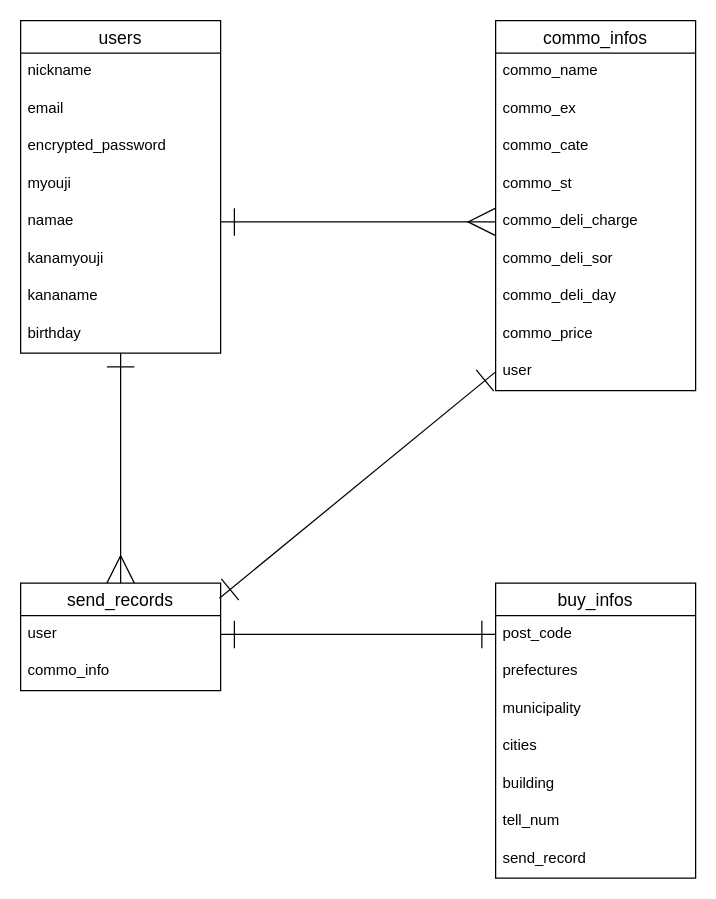
Earlier version of the draw.io diagram test.dio (nagakihidenori/furima-37712). Source tidied: cells renumbered, new cells numbered last; positions are measured from the earlier drawing's top-left corner, leaving out a move shared by most shapes. Both pictures are drawn from the tidied source at 125%, with x=0, y=0 at pixel (20, 20).
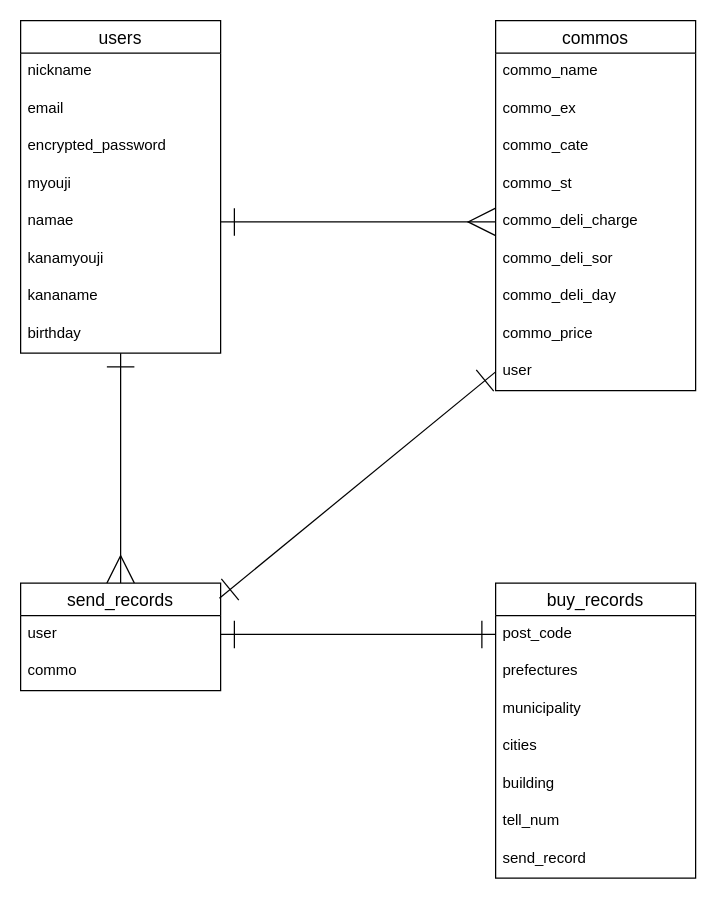
Above is the later version.

Commit message:
DB設計の修正５

Unchanged cells that the change refers to:
```xml
<mxCell id="22" value="send_records" style="swimlane;fontStyle=0;horizontal=1;startSize=26;align=center;fontSize=14;" parent="1" vertex="1">
  <mxGeometry y="450" width="160" height="86" as="geometry" />
</mxCell>
```

What changed in the source:
```diff
@@
-    <mxCell id="12" value="commo_infos" style="swimlane;fontStyle=0;horizontal=1;startSize=26;align=center;fontSize=14;" parent="1" vertex="1">
+    <mxCell id="12" value="commos" style="swimlane;fontStyle=0;horizontal=1;startSize=26;align=center;fontSize=14;" parent="1" vertex="1">
       <mxGeometry x="380" width="160" height="296" as="geometry" />
     </mxCell>
@@
-    <mxCell id="24" value="commo_info" style="text;strokeColor=none;fillColor=none;spacingLeft=4;spacingRight=4;overflow=hidden;fontSize=12;" parent="22" vertex="1">
+    <mxCell id="24" value="commo" style="text;strokeColor=none;fillColor=none;spacingLeft=4;spacingRight=4;overflow=hidden;fontSize=12;" parent="22" vertex="1">
       <mxGeometry y="56" width="160" height="30" as="geometry" />
     </mxCell>
-    <mxCell id="25" value="buy_infos" style="swimlane;fontStyle=0;horizontal=1;startSize=26;align=center;fontSize=14;" parent="1" vertex="1">
+    <mxCell id="25" value="buy_records" style="swimlane;fontStyle=0;horizontal=1;startSize=26;align=center;fontSize=14;" parent="1" vertex="1">
       <mxGeometry x="380" y="450" width="160" height="236" as="geometry" />
     </mxCell>
```
